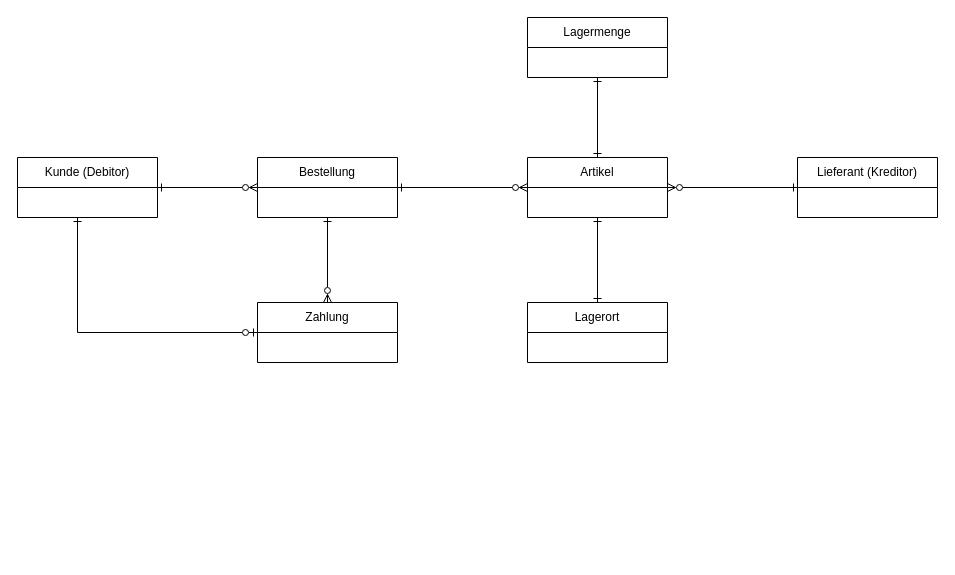
Earlier version of the draw.io diagram doc/ERM.drawio (domirohner/erp). Source tidied: cells renumbered, new cells numbered last; positions are measured from the earlier drawing's top-left corner, leaving out a move shared by most shapes. Both pictures are drawn from the tidied source at 100%, with x=0, y=0 at pixel (17, 17).
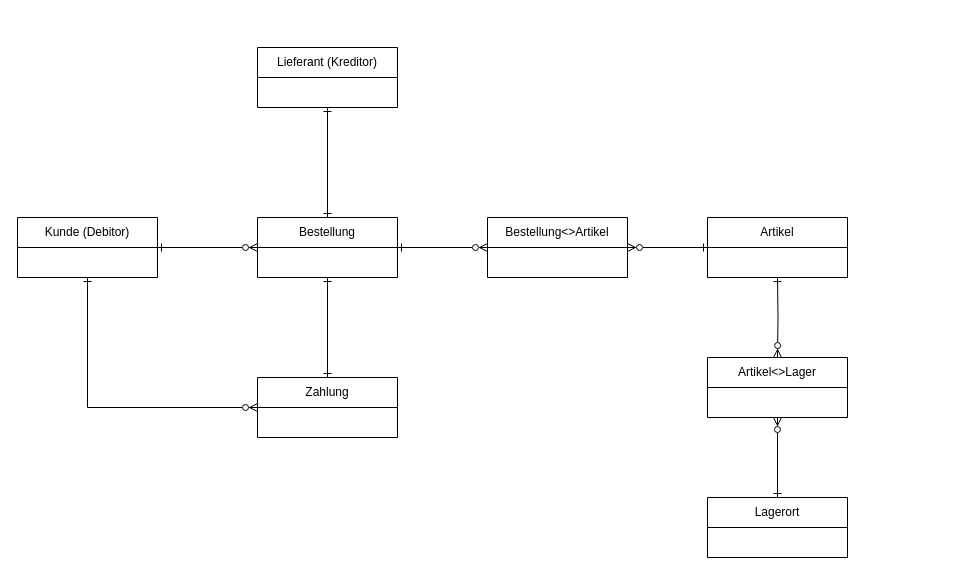
After the change.

Change to the diagram source:
```diff
@@
-    <mxCell id="3" style="edgeStyle=orthogonalEdgeStyle;rounded=0;jettySize=auto;html=1;entryX=0;entryY=0.5;entryDx=0;entryDy=0;endArrow=ERzeroToOne;endFill=0;startArrow=ERone;startFill=0;" parent="1" edge="1" source="4" target="15">
+    <mxCell id="3" style="edgeStyle=orthogonalEdgeStyle;rounded=0;jettySize=auto;html=1;entryX=0;entryY=0.5;entryDx=0;entryDy=0;endArrow=ERzeroToMany;endFill=0;startArrow=ERone;startFill=0;exitX=0.5;exitY=1;exitDx=0;exitDy=0;" parent="1" edge="1" source="4" target="15">
       <mxGeometry relative="1" as="geometry">
         <Array as="points">
-          <mxPoint x="60" y="315" />
+          <mxPoint x="70" y="390" />
         </Array>
       </mxGeometry>
     </mxCell>
     <mxCell id="4" value="Kunde (Debitor)" style="swimlane;fontStyle=0;horizontal=1;startSize=30;whiteSpace=wrap;html=1;" parent="1" vertex="1">
-      <mxGeometry y="140" width="140" height="60" as="geometry" />
+      <mxGeometry y="200" width="140" height="60" as="geometry" />
     </mxCell>
-    <mxCell id="5" style="edgeStyle=orthogonalEdgeStyle;rounded=0;jettySize=auto;html=1;endArrow=ERzeroToMany;endFill=0;startArrow=ERone;startFill=0;" parent="1" edge="1" source="7" target="15">
+    <mxCell id="5" style="edgeStyle=orthogonalEdgeStyle;rounded=0;jettySize=auto;html=1;endArrow=ERone;endFill=0;startArrow=ERone;startFill=0;" parent="1" edge="1" source="7" target="15">
       <mxGeometry relative="1" as="geometry" />
     </mxCell>
-    <mxCell id="6" style="edgeStyle=orthogonalEdgeStyle;rounded=0;jettySize=auto;html=1;entryX=0;entryY=0.5;entryDx=0;entryDy=0;endArrow=ERzeroToMany;endFill=0;startArrow=ERone;startFill=0;" parent="1" edge="1" source="7" target="10">
-      <mxGeometry relative="1" as="geometry" />
-    </mxCell>
+    <mxCell id="16" style="edgeStyle=orthogonalEdgeStyle;rounded=0;jettySize=auto;html=1;entryX=0.5;entryY=1;entryDx=0;entryDy=0;endArrow=ERone;endFill=0;startArrow=ERone;startFill=0;" parent="1" edge="1" source="7" target="14">
+      <mxGeometry relative="1" as="geometry" />
+    </mxCell>
+    <mxCell id="17" style="edgeStyle=orthogonalEdgeStyle;rounded=0;jettySize=auto;html=1;endArrow=ERzeroToMany;endFill=0;startArrow=ERone;startFill=0;" parent="1" edge="1" source="7" target="20">
+      <mxGeometry relative="1" as="geometry" />
+    </mxCell>
     <mxCell id="7" value="Bestellung" style="swimlane;fontStyle=0;horizontal=1;startSize=30;whiteSpace=wrap;html=1;" parent="1" vertex="1">
-      <mxGeometry x="240" y="140" width="140" height="60" as="geometry" />
+      <mxGeometry x="240" y="200" width="140" height="60" as="geometry" />
     </mxCell>
-    <mxCell id="8" style="edgeStyle=orthogonalEdgeStyle;rounded=0;jettySize=auto;html=1;entryX=0.5;entryY=1;entryDx=0;entryDy=0;endArrow=ERone;endFill=0;startArrow=ERone;startFill=0;" parent="1" edge="1" source="10" target="11">
-      <mxGeometry relative="1" as="geometry" />
-    </mxCell>
-    <mxCell id="9" style="edgeStyle=orthogonalEdgeStyle;rounded=0;jettySize=auto;html=1;entryX=0.5;entryY=0;entryDx=0;entryDy=0;endArrow=ERone;endFill=0;startArrow=ERone;startFill=0;" parent="1" edge="1" source="10" target="12">
-      <mxGeometry relative="1" as="geometry" />
-    </mxCell>
+    <mxCell id="18" style="edgeStyle=orthogonalEdgeStyle;rounded=0;jettySize=auto;html=1;entryX=1;entryY=0.5;entryDx=0;entryDy=0;startArrow=ERone;startFill=0;endArrow=ERzeroToMany;endFill=0;" parent="1" edge="1" source="10" target="20">
+      <mxGeometry relative="1" as="geometry" />
+    </mxCell>
     <mxCell id="10" value="Artikel" style="swimlane;fontStyle=0;horizontal=1;startSize=30;whiteSpace=wrap;html=1;" parent="1" vertex="1">
-      <mxGeometry x="510" y="140" width="140" height="60" as="geometry" />
+      <mxGeometry x="690" y="200" width="140" height="60" as="geometry" />
     </mxCell>
-    <mxCell id="11" value="Lagermenge" style="swimlane;fontStyle=0;horizontal=1;startSize=30;whiteSpace=wrap;html=1;" parent="1" vertex="1">
-      <mxGeometry x="510" width="140" height="60" as="geometry" />
-    </mxCell>
+    <mxCell id="19" style="edgeStyle=orthogonalEdgeStyle;rounded=0;jettySize=auto;html=1;startArrow=ERone;startFill=0;endArrow=ERzeroToMany;endFill=0;" parent="1" edge="1" source="12">
+      <mxGeometry relative="1" as="geometry">
+        <mxPoint x="760" y="400" as="targetPoint" />
+      </mxGeometry>
+    </mxCell>
     <mxCell id="12" value="Lagerort" style="swimlane;fontStyle=0;horizontal=1;startSize=30;whiteSpace=wrap;html=1;" parent="1" vertex="1">
-      <mxGeometry x="510" y="285" width="140" height="60" as="geometry" />
+      <mxGeometry x="690" y="480" width="140" height="60" as="geometry" />
     </mxCell>
-    <mxCell id="13" style="edgeStyle=orthogonalEdgeStyle;rounded=0;jettySize=auto;html=1;entryX=1;entryY=0.5;entryDx=0;entryDy=0;endArrow=ERzeroToMany;endFill=0;startArrow=ERone;startFill=0;" parent="1" edge="1" source="14" target="10">
-      <mxGeometry relative="1" as="geometry" />
-    </mxCell>
     <mxCell id="14" value="Lieferant (Kreditor)" style="swimlane;fontStyle=0;horizontal=1;startSize=30;whiteSpace=wrap;html=1;" parent="1" vertex="1">
-      <mxGeometry x="780" y="140" width="140" height="60" as="geometry" />
+      <mxGeometry x="240" y="30" width="140" height="60" as="geometry" />
     </mxCell>
     <mxCell id="15" value="Zahlung" style="swimlane;fontStyle=0;horizontal=1;startSize=30;whiteSpace=wrap;html=1;" parent="1" vertex="1">
-      <mxGeometry x="240" y="285" width="140" height="60" as="geometry" />
+      <mxGeometry x="240" y="360" width="140" height="60" as="geometry" />
     </mxCell>
+    <mxCell id="20" value="Bestellung&amp;lt;&amp;gt;Artikel" style="swimlane;fontStyle=0;horizontal=1;startSize=30;whiteSpace=wrap;html=1;" parent="1" vertex="1">
+      <mxGeometry x="470" y="200" width="140" height="60" as="geometry" />
+    </mxCell>
+    <mxCell id="21" value="Artikel&amp;lt;&amp;gt;Lager" style="swimlane;fontStyle=0;horizontal=1;startSize=30;whiteSpace=wrap;html=1;" parent="1" vertex="1">
+      <mxGeometry x="690" y="340" width="140" height="60" as="geometry" />
+    </mxCell>
+    <mxCell id="22" style="edgeStyle=orthogonalEdgeStyle;rounded=0;jettySize=auto;html=1;entryX=0.5;entryY=0;entryDx=0;entryDy=0;startArrow=ERone;startFill=0;endArrow=ERzeroToMany;endFill=0;" parent="1" edge="1" target="21">
+      <mxGeometry relative="1" as="geometry">
+        <mxPoint x="760" y="260" as="sourcePoint" />
+      </mxGeometry>
+    </mxCell>
```
